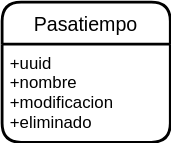
Above: docs/img/m11sincro/sincroentity.drawio.svg in gilpgdm/gilpgdm.github.io (draw.io), before the change. Source tidied: cells renumbered, new cells last; positions are measured from the earlier drawing's top-left corner, leaving out a move shared by most shapes.
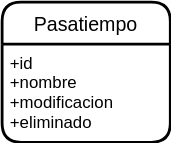
Above is the later version.

The edit, as a diff of the source:
```diff
@@ -5,7 +5,7 @@
     <mxCell id="2" value="Pasatiempo" style="swimlane;horizontal=1;startSize=30;rounded=1;fontSize=14;fontStyle=0;strokeWidth=2;shadow=0;dashed=0;align=center;" parent="1" vertex="1">
       <mxGeometry width="120" height="100" as="geometry" />
     </mxCell>
-    <mxCell id="3" value="+uuid&#10;+nombre&#10;+modificacion&#10;+eliminado" style="align=left;strokeColor=none;fillColor=none;spacingLeft=4;fontSize=12;verticalAlign=top;" parent="2" vertex="1">
+    <mxCell id="3" value="+id&#10;+nombre&#10;+modificacion&#10;+eliminado" style="align=left;strokeColor=none;fillColor=none;spacingLeft=4;fontSize=12;verticalAlign=top;" parent="2" vertex="1">
       <mxGeometry y="30" width="120" height="70" as="geometry" />
     </mxCell>
   </root>
```
